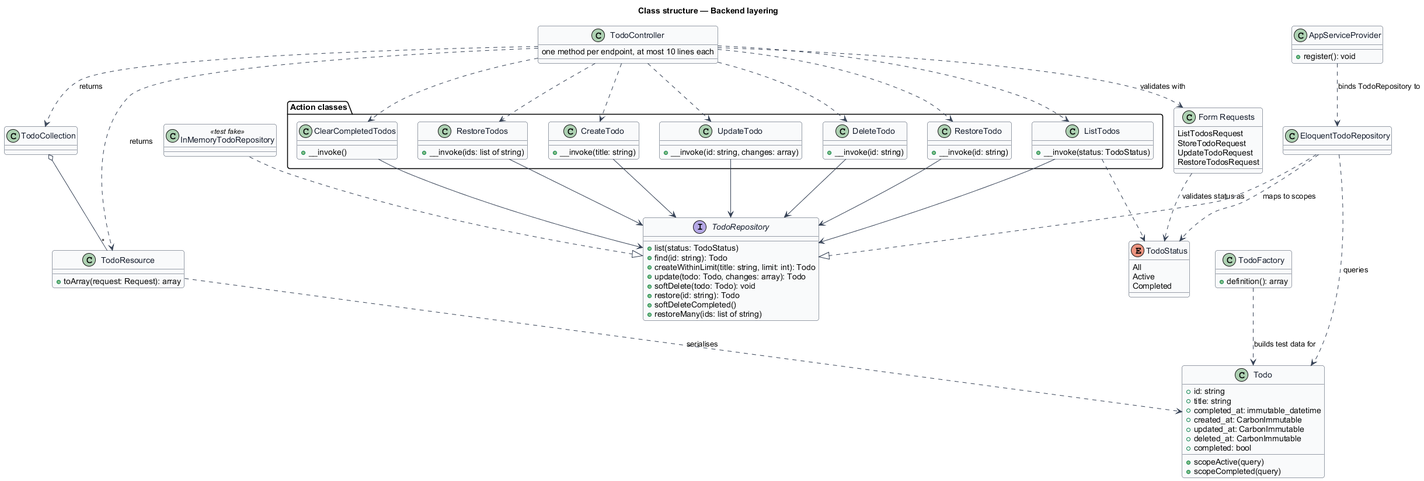
This is docs/detailed-designs/architecture/backend-layering/diagrams/class-structure.png from QuinntyneBrown/php-todo-lab, a PlantUML export, as it was before one commit.
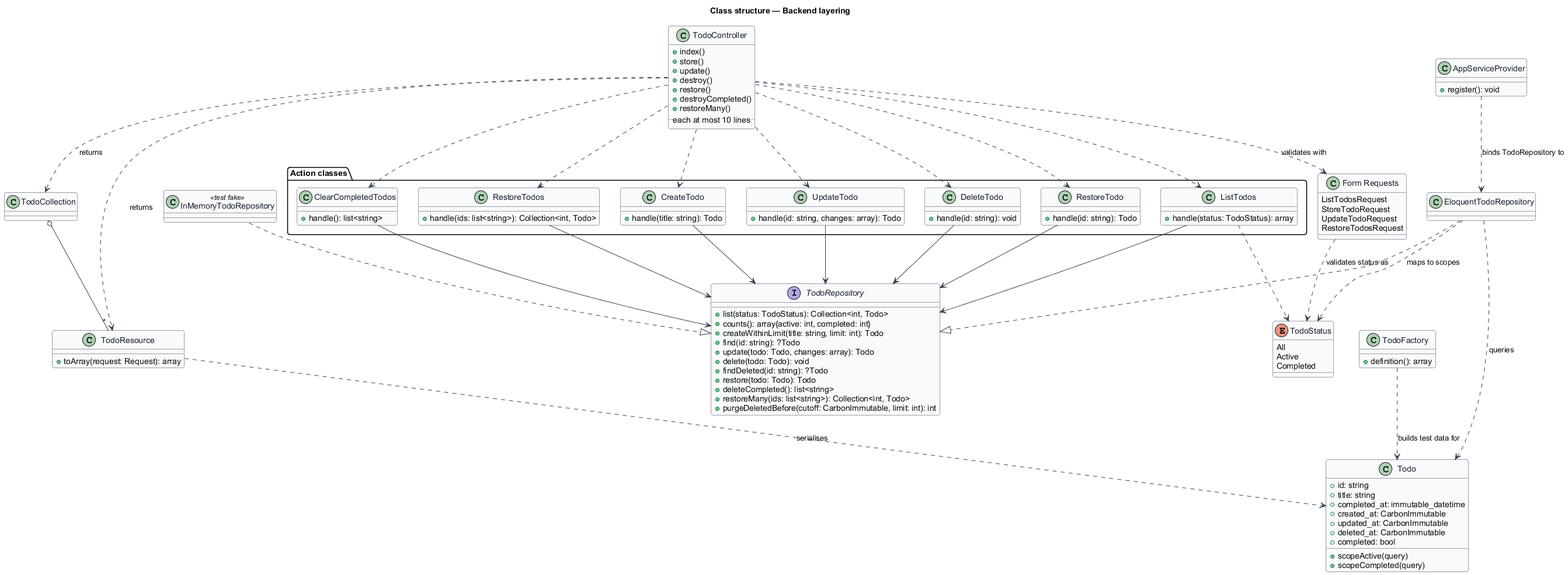
The same file after the commit.

The edit, as a diff of the source:
```diff
@@ -12,7 +12,14 @@
 title Class structure — Backend layering
 
 class TodoController {
-  one method per endpoint, at most 10 lines each
+  +index()
+  +store()
+  +update()
+  +destroy()
+  +restore()
+  +destroyCompleted()
+  +restoreMany()
+  .. each at most 10 lines ..
 }
 
 class "Form Requests" as FormRequests {
@@ -24,25 +31,25 @@
 
 package "Action classes" {
   class ListTodos {
-    +__invoke(status: TodoStatus)
+    +handle(status: TodoStatus): array
   }
   class CreateTodo {
-    +__invoke(title: string)
+    +handle(title: string): Todo
   }
   class UpdateTodo {
-    +__invoke(id: string, changes: array)
+    +handle(id: string, changes: array): Todo
   }
   class DeleteTodo {
-    +__invoke(id: string)
+    +handle(id: string): void
   }
   class RestoreTodo {
-    +__invoke(id: string)
+    +handle(id: string): Todo
   }
   class ClearCompletedTodos {
-    +__invoke()
+    +handle(): list<string>
   }
   class RestoreTodos {
-    +__invoke(ids: list of string)
+    +handle(ids: list<string>): Collection<int, Todo>
   }
 }
 
@@ -53,14 +60,17 @@
 }
 
 interface TodoRepository {
-  +list(status: TodoStatus)
-  +find(id: string): Todo
+  +list(status: TodoStatus): Collection<int, Todo>
+  +counts(): array{active: int, completed: int}
   +createWithinLimit(title: string, limit: int): Todo
+  +find(id: string): ?Todo
   +update(todo: Todo, changes: array): Todo
-  +softDelete(todo: Todo): void
-  +restore(id: string): Todo
-  +softDeleteCompleted()
-  +restoreMany(ids: list of string)
+  +delete(todo: Todo): void
+  +findDeleted(id: string): ?Todo
+  +restore(todo: Todo): Todo
+  +deleteCompleted(): list<string>
+  +restoreMany(ids: list<string>): Collection<int, Todo>
+  +purgeDeletedBefore(cutoff: CarbonImmutable, limit: int): int
 }
 
 class EloquentTodoRepository
```
